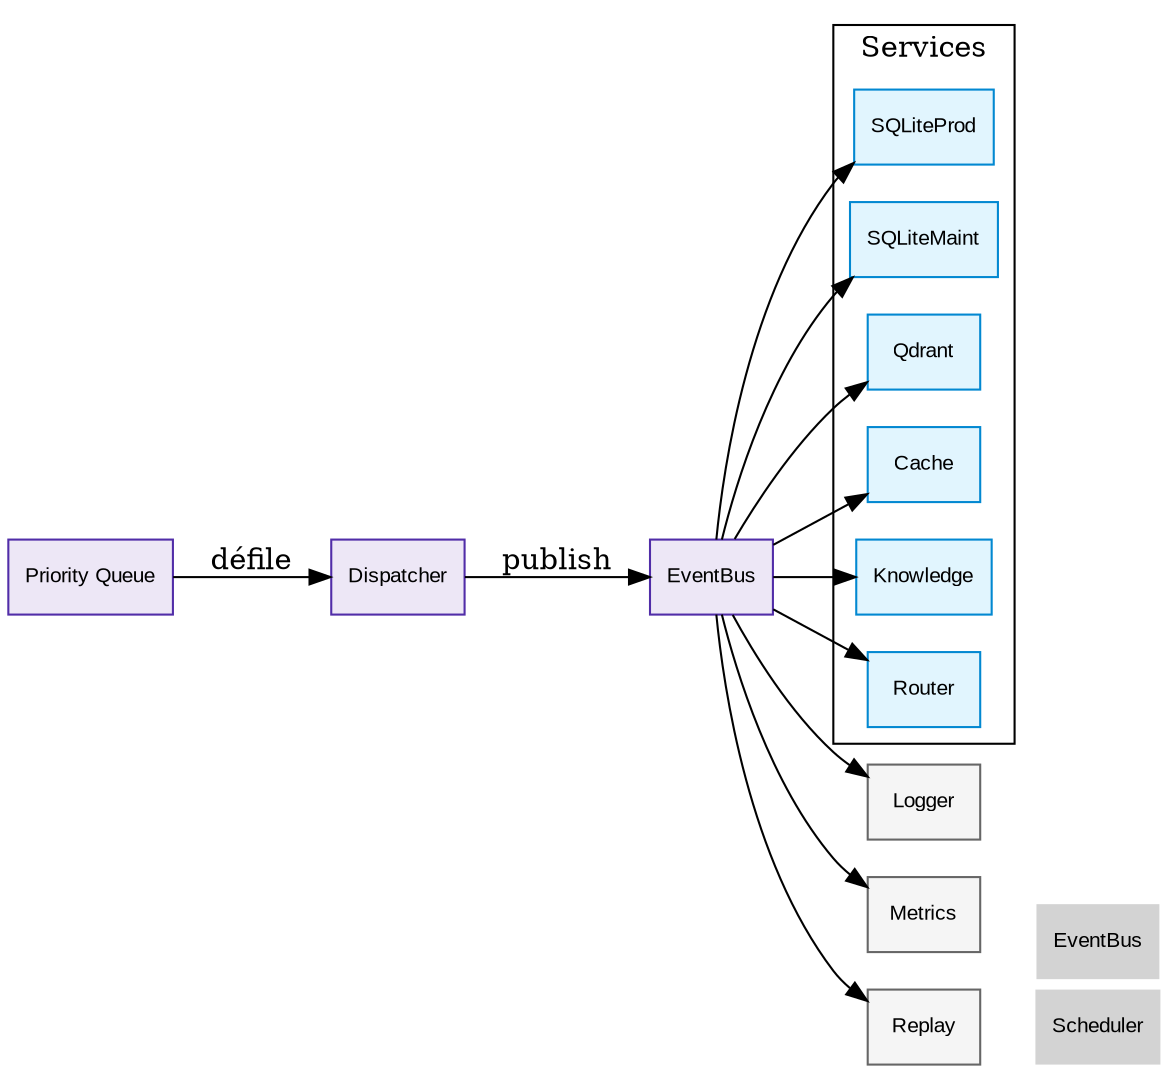
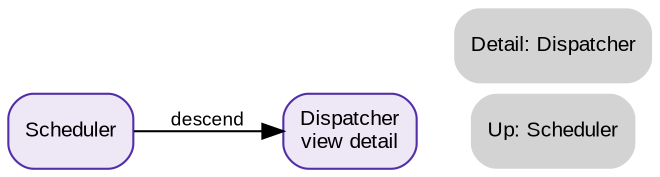
- digraph Dispatcher {
+ digraph DispatcherLegacy {
+     // ROADMAP_ID: scheduler.dispatcher.legacy
+     // ROADMAP_NOTE[phase2_4c]:
+     // Ancienne entrée plate conservée comme redirection lisible. Le détail réel
+     // du Dispatcher vit dans scheduler/dispatcher/11_dispatcher.dot.
+ 
    rankdir=LR;
-     node [shape=box, style=filled, fontname="Arial", fontsize=10];
+     node [shape=box, style="rounded,filled", fontname="Arial", fontsize=10];
+     edge [fontname="Arial", fontsize=9];

-     Queue [fillcolor="#ede7f6", color="#512da8", label="Priority Queue", URL="../priority_queue/13_priority_queue.svg"];
-     Dispatcher [fillcolor="#ede7f6", color="#512da8", URL="../10_scheduler.svg"]; // lui-même
-     EventBus [fillcolor="#ede7f6", color="#512da8", URL="../event_bus/12_event_bus.svg"];
+     Scheduler [fillcolor="#ede7f6", color="#512da8", URL="10_scheduler.svg"];
+     DispatcherDetail [label="Dispatcher\nview detail", fillcolor="#ede7f6", color="#512da8", URL="dispatcher/11_dispatcher.svg"];

-     subgraph cluster_services {
-         label="Services";
-         node [fillcolor="#e1f5fe", color="#0288d1"];
-         SQLiteProd [URL="../../services/30_services.svg"];
-         SQLiteMaint[URL="../../services/30_services.svg"];
-         Qdrant  [URL="../../services/30_services.svg"];
-         Cache   [URL="../../services/30_services.svg"];
-         Knowledge[URL="../../services/30_services.svg"];
-         Router  [URL="../../services/30_services.svg"];
-     }
+     Scheduler -> DispatcherDetail [label="descend"];

-     Logger [fillcolor="#f5f5f5", color="#666666", URL="../../observability/70_observability.svg"];
-     Metrics [fillcolor="#f5f5f5", color="#666666", URL="../../observability/70_observability.svg"];
-     Replay [fillcolor="#f5f5f5", color="#666666", URL="../../observability/70_observability.svg"];
+     Nav_Scheduler [label="Up: Scheduler", shape=plaintext, URL="10_scheduler.svg"];
+     Nav_Detail [label="Detail: Dispatcher", shape=plaintext, URL="dispatcher/11_dispatcher.svg"];

-     // Edges
-     Queue -> Dispatcher [label="défile"]; // File vers Dispatcher
-     Dispatcher -> EventBus [label="publish"]; // Dispatcher publie sur EventBus
- 
-     EventBus -> SQLiteProd;   // Distribution
-     EventBus -> SQLiteMaint;
-     EventBus -> Qdrant;
-     EventBus -> Cache;
-     EventBus -> Knowledge;
-     EventBus -> Router;
-     EventBus -> Logger;
-     EventBus -> Metrics;
-     EventBus -> Replay;
- 
-     // Navigation
-     Nav_Scheduler [label="Scheduler", shape=plaintext, URL="../10_scheduler.svg"];
-     Nav_EventBus [label="EventBus", shape=plaintext, URL="../event_bus/12_event_bus.svg"];
-     { rank=sink; Nav_Scheduler; Nav_EventBus; }
+     { rank=sink; Nav_Scheduler; Nav_Detail; }
}
